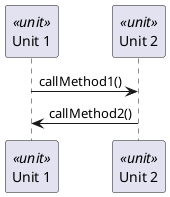
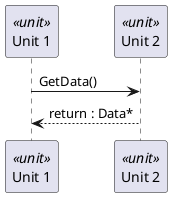
' *******************************************************************************
' Copyright (c) 2025 Contributors to the Eclipse Foundation
'
' See the NOTICE file(s) distributed with this work for additional
' information regarding copyright ownership.
'
' This program and the accompanying materials are made available under the
' terms of the Apache License Version 2.0 which is available at
' https://www.apache.org/licenses/LICENSE-2.0
'
' SPDX-License-Identifier: Apache-2.0
' *******************************************************************************

@startuml

participant "Unit 1" as unit_1 <<unit>>
participant "Unit 2" as unit_2 <<unit>>

- unit_1 -> unit_2 : callMethod1()
- unit_2 -> unit_1 : callMethod2()
+ unit_1 -> unit_2 : GetData()
+ unit_2 --> unit_1 : return : Data*

@enduml
